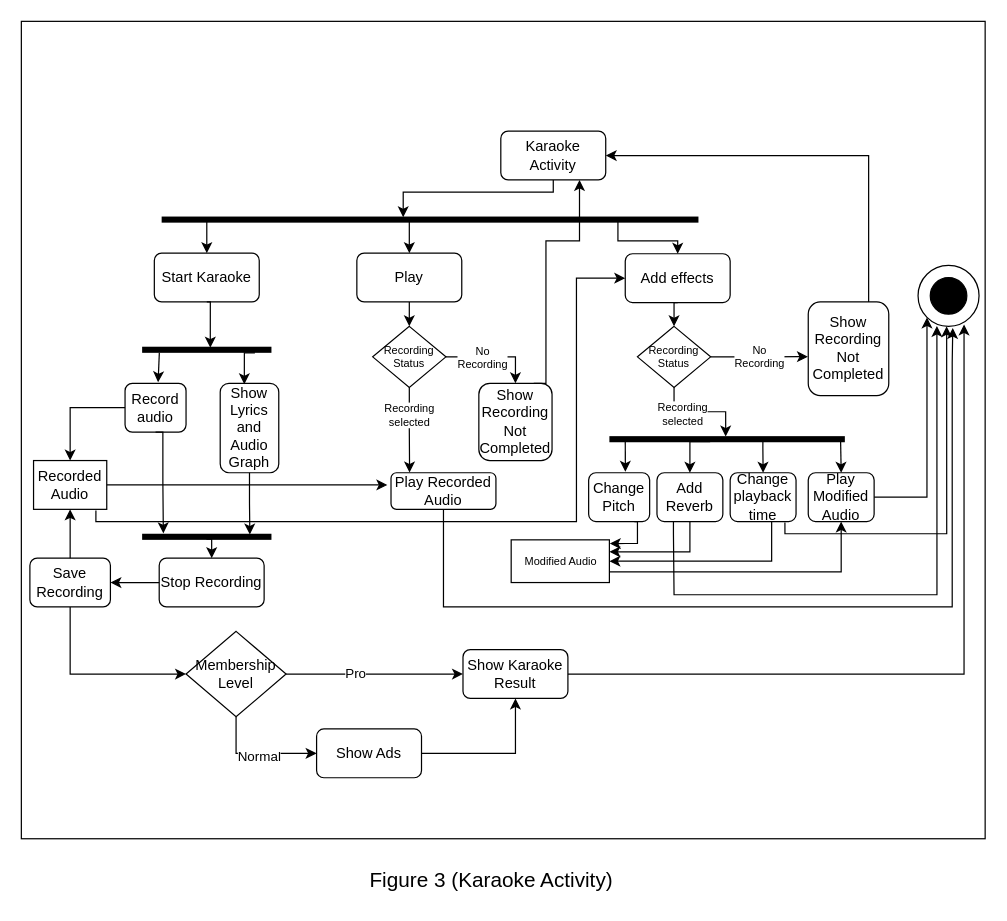
The draw.io diagram page "Page-3" (3 of 3) of System Analysis/PocketKaraoke Activity Diagram.drawio in AwsafChowdhury/PocketKaraoke, before the edit. Source tidied: cells renumbered, new cells numbered last; positions are measured from the earlier drawing's top-left corner, leaving out a move shared by most shapes. Both pictures are drawn from the tidied source at 122%, with x=0, y=0 at pixel (21, 21).
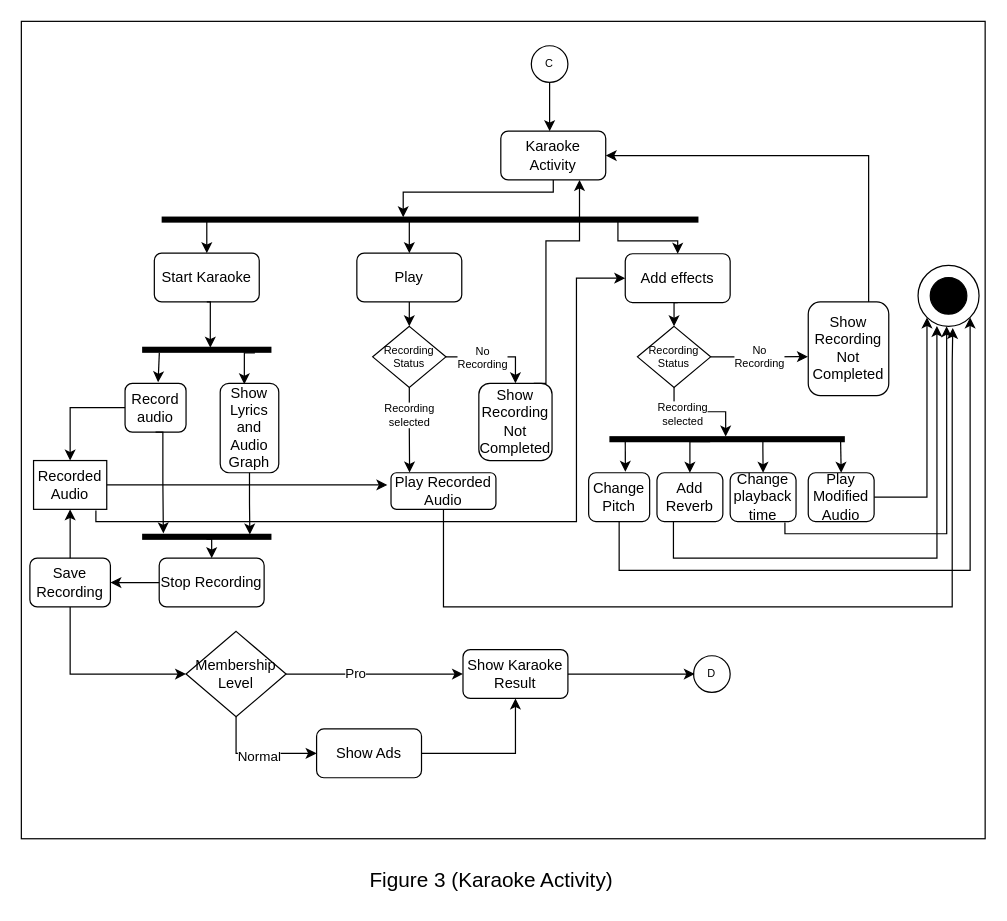
After the change.

The change refers to these unchanged cells:
```xml
<mxCell id="38" style="ellipse;whiteSpace=wrap;html=1;fillColor=none;" parent="1" vertex="1">
  <mxGeometry x="735" y="200" width="50" height="50" as="geometry" />
</mxCell>
<mxCell id="53" value="&lt;div&gt;Change&lt;/div&gt;&lt;div&gt;Pitch&lt;/div&gt;" style="rounded=1;whiteSpace=wrap;html=1;fillColor=none;" parent="1" vertex="1">
  <mxGeometry x="465" y="370" width="50" height="40" as="geometry" />
</mxCell>
<mxCell id="57" value="Add Reverb" style="rounded=1;whiteSpace=wrap;html=1;fillColor=none;" parent="1" vertex="1">
  <mxGeometry x="521" y="370" width="54" height="40" as="geometry" />
</mxCell>
<mxCell id="65" value="Play Modified Audio" style="rounded=1;whiteSpace=wrap;html=1;fillColor=none;" parent="1" vertex="1">
  <mxGeometry x="645" y="370" width="54" height="40" as="geometry" />
</mxCell>
<mxCell id="71" value="Show Karaoke Result" style="rounded=1;whiteSpace=wrap;html=1;fillColor=none;" parent="1" vertex="1">
  <mxGeometry x="362" y="515" width="86" height="40" as="geometry" />
</mxCell>
```

Diff of the diagram source:
```diff
@@
-    <mxCell id="52" style="edgeStyle=orthogonalEdgeStyle;rounded=0;jettySize=auto;html=1;exitX=0.75;exitY=1;exitDx=0;exitDy=0;entryX=1.004;entryY=0.088;entryDx=0;entryDy=0;fontSize=9;strokeWidth=1;entryPerimeter=0;" parent="1" edge="1" source="53" target="62">
-      <mxGeometry relative="1" as="geometry">
-        <Array as="points">
-          <mxPoint x="505" y="410" />
-          <mxPoint x="505" y="428" />
-          <mxPoint x="495" y="428" />
-        </Array>
-      </mxGeometry>
-    </mxCell>
@@
     <mxCell id="55" style="edgeStyle=orthogonalEdgeStyle;rounded=0;jettySize=auto;html=1;exitX=0.25;exitY=1;exitDx=0;exitDy=0;fontSize=9;strokeWidth=1;entryX=0.309;entryY=0.993;entryDx=0;entryDy=0;entryPerimeter=0;" parent="1" edge="1" source="57" target="38">
       <mxGeometry relative="1" as="geometry">
         <Array as="points">
-          <mxPoint x="535" y="420" />
-          <mxPoint x="535" y="420" />
-          <mxPoint x="535" y="470" />
-          <mxPoint x="750" y="470" />
+          <mxPoint x="535" y="440" />
+          <mxPoint x="751" y="440" />
         </Array>
       </mxGeometry>
     </mxCell>
-    <mxCell id="56" style="edgeStyle=orthogonalEdgeStyle;rounded=0;jettySize=auto;html=1;exitX=0.5;exitY=1;exitDx=0;exitDy=0;entryX=1;entryY=0.279;entryDx=0;entryDy=0;entryPerimeter=0;fontSize=9;strokeWidth=1;" parent="1" edge="1" source="57" target="62">
-      <mxGeometry relative="1" as="geometry" />
-    </mxCell>
@@
-    <mxCell id="59" style="edgeStyle=orthogonalEdgeStyle;rounded=0;jettySize=auto;html=1;fontSize=9;strokeWidth=1;entryX=1;entryY=0.5;entryDx=0;entryDy=0;" parent="1" edge="1" target="62">
-      <mxGeometry relative="1" as="geometry">
-        <mxPoint x="615" y="410" as="sourcePoint" />
-        <Array as="points">
-          <mxPoint x="615" y="443" />
-        </Array>
-      </mxGeometry>
-    </mxCell>
@@
-    <mxCell id="61" style="edgeStyle=orthogonalEdgeStyle;rounded=0;jettySize=auto;html=1;exitX=1;exitY=0.75;exitDx=0;exitDy=0;entryX=0.5;entryY=1;entryDx=0;entryDy=0;fontSize=9;strokeWidth=1;" parent="1" edge="1" source="62" target="65">
-      <mxGeometry relative="1" as="geometry" />
-    </mxCell>
-    <mxCell id="62" value="Modified Audio" style="rounded=0;whiteSpace=wrap;html=1;fontSize=9;fillColor=none;" parent="1" vertex="1">
-      <mxGeometry x="401.5" y="425" width="80.5" height="35" as="geometry" />
-    </mxCell>
@@
-    <mxCell id="67" style="edgeStyle=orthogonalEdgeStyle;rounded=0;jettySize=auto;html=1;exitX=1;exitY=0.5;exitDx=0;exitDy=0;fontSize=9;strokeWidth=1;entryX=0.754;entryY=0.969;entryDx=0;entryDy=0;entryPerimeter=0;startArrow=none;" parent="1" edge="1" source="71" target="38">
-      <mxGeometry relative="1" as="geometry" />
+    <mxCell id="67" style="edgeStyle=orthogonalEdgeStyle;rounded=0;jettySize=auto;html=1;exitX=1;exitY=0.5;exitDx=0;exitDy=0;fontSize=9;strokeWidth=1;startArrow=none;" parent="1" edge="1" source="71">
+      <mxGeometry relative="1" as="geometry">
+        <mxPoint x="552" y="535" as="targetPoint" />
+      </mxGeometry>
     </mxCell>
@@
+    <mxCell id="77" value="C" style="ellipse;whiteSpace=wrap;html=1;fontSize=9;fillColor=none;" parent="1" vertex="1">
+      <mxGeometry x="418" y="20" width="30" height="30" as="geometry" />
+    </mxCell>
+    <mxCell id="78" style="endArrow=classic;html=1;rounded=0;exitX=0.5;exitY=1;exitDx=0;exitDy=0;" parent="1" edge="1" source="77">
+      <mxGeometry relative="1" as="geometry">
+        <mxPoint x="433" y="90" as="targetPoint" />
+      </mxGeometry>
+    </mxCell>
+    <mxCell id="79" style="edgeStyle=orthogonalEdgeStyle;rounded=0;jettySize=auto;html=1;exitX=0.5;exitY=1;exitDx=0;exitDy=0;fontSize=9;strokeWidth=1;entryX=1;entryY=1;entryDx=0;entryDy=0;" parent="1" edge="1" source="53" target="38">
+      <mxGeometry relative="1" as="geometry">
+        <Array as="points">
+          <mxPoint x="490" y="450" />
+          <mxPoint x="778" y="450" />
+          <mxPoint x="778" y="243" />
+        </Array>
+      </mxGeometry>
+    </mxCell>
+    <mxCell id="80" value="D" style="ellipse;whiteSpace=wrap;html=1;fontSize=9;fillColor=none;" parent="1" vertex="1">
+      <mxGeometry x="551" y="520" width="30" height="30" as="geometry" />
+    </mxCell>
```
